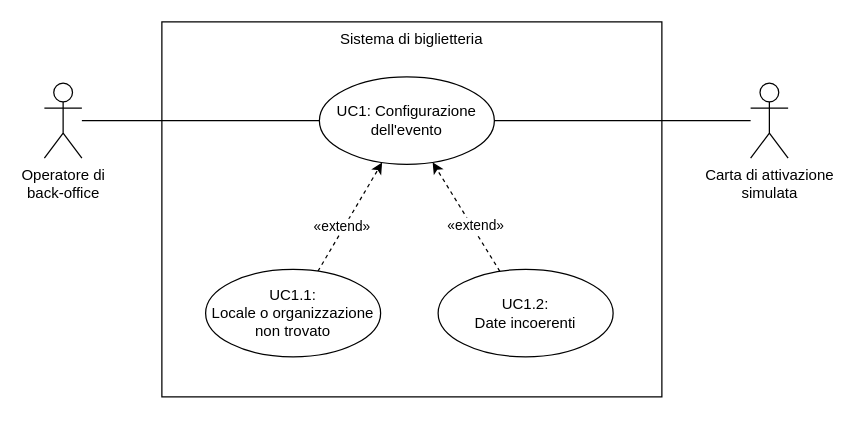
Leddosja/thesis-EdisHodja keeps this draw.io diagram as page "uc-1" (1 of 15) of img/diagrams/drawer.drawio. Above is the earlier version. Source tidied: cells renumbered, new cells numbered last; positions are measured from the earlier drawing's top-left corner, leaving out a move shared by most shapes. Both pictures are drawn from the tidied source at 125%, with x=0, y=0 at pixel (44, 21).
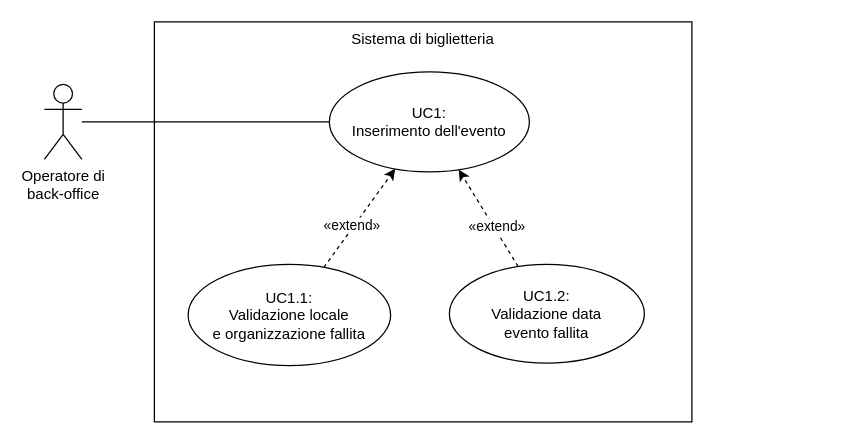
The same diagram, later.

Change to the diagram source:
```diff
@@
 <mxGraphModel background="#FFFFFF">
   <root>
     <mxCell id="0" />
     <mxCell id="1" parent="0" />
     <mxCell id="2" value="Sistema di biglietteria" style="rounded=0;whiteSpace=wrap;html=1;fillColor=default;verticalAlign=top;" parent="1" vertex="1">
-      <mxGeometry x="94" width="400" height="300" as="geometry" />
+      <mxGeometry x="88" width="430" height="320" as="geometry" />
     </mxCell>
-    <mxCell id="3" value="UC1: Configurazione dell'evento" style="ellipse;whiteSpace=wrap;html=1;rounded=0;strokeColor=default;align=center;verticalAlign=middle;fontFamily=Helvetica;fontSize=12;fontColor=default;fillColor=default;" parent="1" vertex="1">
-      <mxGeometry x="220" y="44" width="140" height="70" as="geometry" />
+    <mxCell id="3" value="UC1:&lt;br&gt;Inserimento dell'evento" style="ellipse;whiteSpace=wrap;html=1;rounded=0;strokeColor=default;align=center;verticalAlign=middle;fontFamily=Helvetica;fontSize=12;fontColor=default;fillColor=default;" parent="1" vertex="1">
+      <mxGeometry x="228" y="40" width="160" height="80" as="geometry" />
     </mxCell>
     <mxCell id="4" style="edgeStyle=none;html=1;entryX=0;entryY=0.5;entryDx=0;entryDy=0;endArrow=none;endFill=0;" parent="1" edge="1" source="5" target="3">
       <mxGeometry relative="1" as="geometry" />
     </mxCell>
     <mxCell id="5" value="Operatore di&lt;br&gt;back-office" style="shape=umlActor;verticalLabelPosition=bottom;verticalAlign=top;html=1;rounded=0;strokeColor=default;align=center;fontFamily=Helvetica;fontSize=12;fontColor=default;fillColor=default;" parent="1" vertex="1">
-      <mxGeometry y="49" width="30" height="60" as="geometry" />
+      <mxGeometry y="50" width="30" height="60" as="geometry" />
     </mxCell>
     <mxCell id="6" style="edgeStyle=none;html=1;dashed=1;" parent="1" edge="1" source="8" target="3">
       <mxGeometry relative="1" as="geometry" />
     </mxCell>
     <mxCell id="7" value="«extend»" style="edgeLabel;html=1;align=center;verticalAlign=middle;" parent="6" vertex="1">
       <mxGeometry x="-0.18" y="2" relative="1" as="geometry" />
     </mxCell>
-    <mxCell id="8" value="UC1.1:&lt;br&gt;Locale o organizzazione&lt;br&gt;non trovato" style="ellipse;whiteSpace=wrap;html=1;rounded=0;strokeColor=default;align=center;verticalAlign=middle;fontFamily=Helvetica;fontSize=12;fontColor=default;fillColor=default;" parent="1" vertex="1">
-      <mxGeometry x="129" y="198" width="140" height="70" as="geometry" />
+    <mxCell id="8" value="UC1.1:&lt;br&gt;Validazione locale&lt;br&gt;e organizzazione fallita" style="ellipse;whiteSpace=wrap;html=1;rounded=0;strokeColor=default;align=center;verticalAlign=middle;fontFamily=Helvetica;fontSize=12;fontColor=default;fillColor=default;" parent="1" vertex="1">
+      <mxGeometry x="115" y="194" width="162" height="81" as="geometry" />
     </mxCell>
     <mxCell id="9" style="edgeStyle=none;html=1;dashed=1;" parent="1" edge="1" source="11" target="3">
       <mxGeometry relative="1" as="geometry" />
     </mxCell>
     <mxCell id="10" value="&lt;span style=&quot;color: rgb(0, 0, 0);&quot;&gt;«extend»&lt;/span&gt;" style="edgeLabel;html=1;align=center;verticalAlign=middle;" parent="9" vertex="1">
       <mxGeometry x="-0.18" y="-2" relative="1" as="geometry" />
     </mxCell>
-    <mxCell id="11" value="UC1.2:&lt;div&gt;Date incoerenti&lt;/div&gt;" style="ellipse;whiteSpace=wrap;html=1;rounded=0;strokeColor=default;align=center;verticalAlign=middle;fontFamily=Helvetica;fontSize=12;fontColor=default;fillColor=default;" parent="1" vertex="1">
-      <mxGeometry x="315" y="198" width="140" height="70" as="geometry" />
+    <mxCell id="11" value="UC1.2:&lt;br&gt;Validazione data&lt;br&gt;evento fallita" style="ellipse;whiteSpace=wrap;html=1;rounded=0;strokeColor=default;align=center;verticalAlign=middle;fontFamily=Helvetica;fontSize=12;fontColor=default;fillColor=default;" parent="1" vertex="1">
+      <mxGeometry x="324" y="194" width="156" height="79" as="geometry" />
     </mxCell>
-    <mxCell id="12" style="edgeStyle=none;html=1;entryX=1;entryY=0.5;entryDx=0;entryDy=0;endArrow=none;endFill=0;" parent="1" edge="1" source="13" target="3">
-      <mxGeometry relative="1" as="geometry" />
-    </mxCell>
-    <mxCell id="13" value="Carta di attivazione&lt;br&gt;simulata" style="shape=umlActor;verticalLabelPosition=bottom;verticalAlign=top;html=1;rounded=0;strokeColor=default;align=center;fontFamily=Helvetica;fontSize=12;fontColor=default;fillColor=default;" parent="1" vertex="1">
-      <mxGeometry x="565" y="49" width="30" height="60" as="geometry" />
-    </mxCell>
   </root>
 </mxGraphModel>
```
